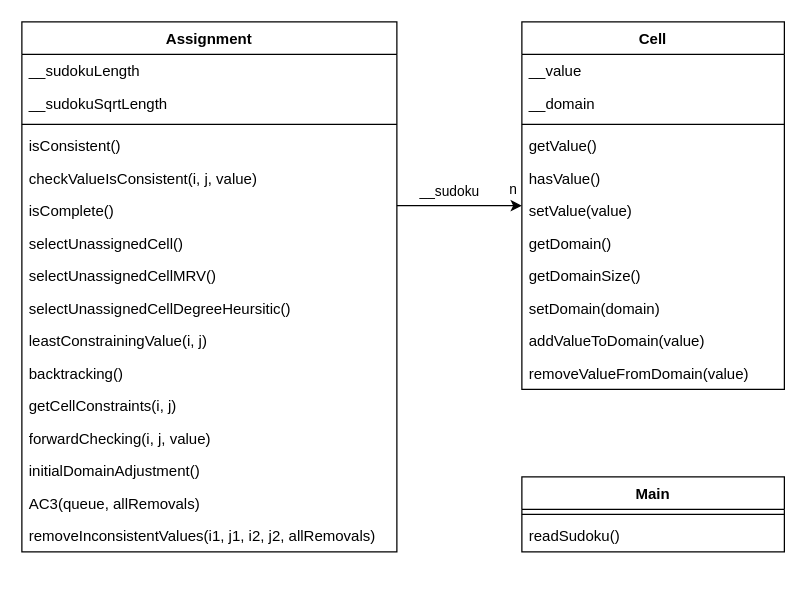
Before: SudokuCSP/doc/sudokuUML.drawio in CavaniNicolas/IA_UQAC, a draw.io diagram. Source tidied: cells renumbered, new cells numbered last; positions are measured from the earlier drawing's top-left corner, leaving out a move shared by most shapes. Both pictures are drawn from the tidied source at 125%, with x=0, y=0 at pixel (21, 21).
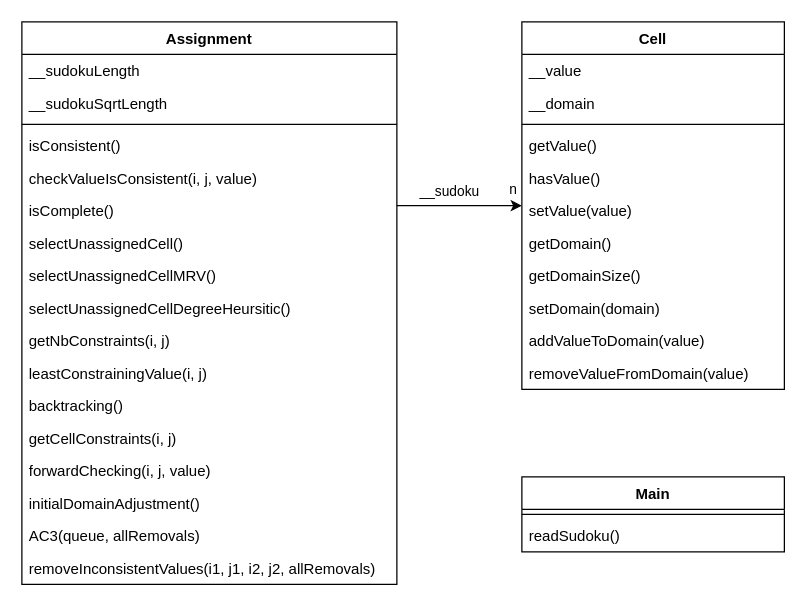
Above is the later version.

What changed in the source:
```diff
@@
     <mxCell id="2" value="Assignment" style="swimlane;fontStyle=1;align=center;verticalAlign=top;horizontal=1;startSize=26;fillColor=default;strokeColor=default;fontColor=default;" parent="1" vertex="1">
-      <mxGeometry width="300" height="424" as="geometry" />
+      <mxGeometry width="300" height="450" as="geometry" />
     </mxCell>
@@
+    <mxCell id="37" value="getNbConstraints(i, j)" style="text;strokeColor=none;fillColor=none;align=left;verticalAlign=top;spacingLeft=4;spacingRight=4;overflow=hidden;fontColor=default;" parent="2" vertex="1">
+      <mxGeometry y="242" width="300" height="26" as="geometry" />
+    </mxCell>
     <mxCell id="12" value="leastConstrainingValue(i, j)" style="text;strokeColor=none;fillColor=none;align=left;verticalAlign=top;spacingLeft=4;spacingRight=4;overflow=hidden;fontColor=default;" parent="2" vertex="1">
-      <mxGeometry y="242" width="300" height="26" as="geometry" />
+      <mxGeometry y="268" width="300" height="26" as="geometry" />
     </mxCell>
     <mxCell id="13" value="backtracking()" style="text;strokeColor=none;fillColor=none;align=left;verticalAlign=top;spacingLeft=4;spacingRight=4;overflow=hidden;fontColor=default;" parent="2" vertex="1">
-      <mxGeometry y="268" width="300" height="26" as="geometry" />
+      <mxGeometry y="294" width="300" height="26" as="geometry" />
     </mxCell>
     <mxCell id="14" value="getCellConstraints(i, j)" style="text;strokeColor=none;fillColor=none;align=left;verticalAlign=top;spacingLeft=4;spacingRight=4;overflow=hidden;fontColor=default;" parent="2" vertex="1">
-      <mxGeometry y="294" width="300" height="26" as="geometry" />
+      <mxGeometry y="320" width="300" height="26" as="geometry" />
     </mxCell>
     <mxCell id="15" value="forwardChecking(i, j, value)" style="text;strokeColor=none;fillColor=none;align=left;verticalAlign=top;spacingLeft=4;spacingRight=4;overflow=hidden;fontColor=default;" parent="2" vertex="1">
-      <mxGeometry y="320" width="300" height="26" as="geometry" />
+      <mxGeometry y="346" width="300" height="26" as="geometry" />
     </mxCell>
     <mxCell id="16" value="initialDomainAdjustment()" style="text;strokeColor=none;fillColor=none;align=left;verticalAlign=top;spacingLeft=4;spacingRight=4;overflow=hidden;fontColor=default;" parent="2" vertex="1">
-      <mxGeometry y="346" width="300" height="26" as="geometry" />
+      <mxGeometry y="372" width="300" height="26" as="geometry" />
     </mxCell>
     <mxCell id="17" value="AC3(queue, allRemovals)" style="text;strokeColor=none;fillColor=none;align=left;verticalAlign=top;spacingLeft=4;spacingRight=4;overflow=hidden;fontColor=default;" parent="2" vertex="1">
-      <mxGeometry y="372" width="300" height="26" as="geometry" />
+      <mxGeometry y="398" width="300" height="26" as="geometry" />
     </mxCell>
     <mxCell id="18" value="removeInconsistentValues(i1, j1, i2, j2, allRemovals)" style="text;strokeColor=none;fillColor=none;align=left;verticalAlign=top;spacingLeft=4;spacingRight=4;overflow=hidden;fontColor=default;" parent="2" vertex="1">
-      <mxGeometry y="398" width="300" height="26" as="geometry" />
+      <mxGeometry y="424" width="300" height="26" as="geometry" />
     </mxCell>
```
